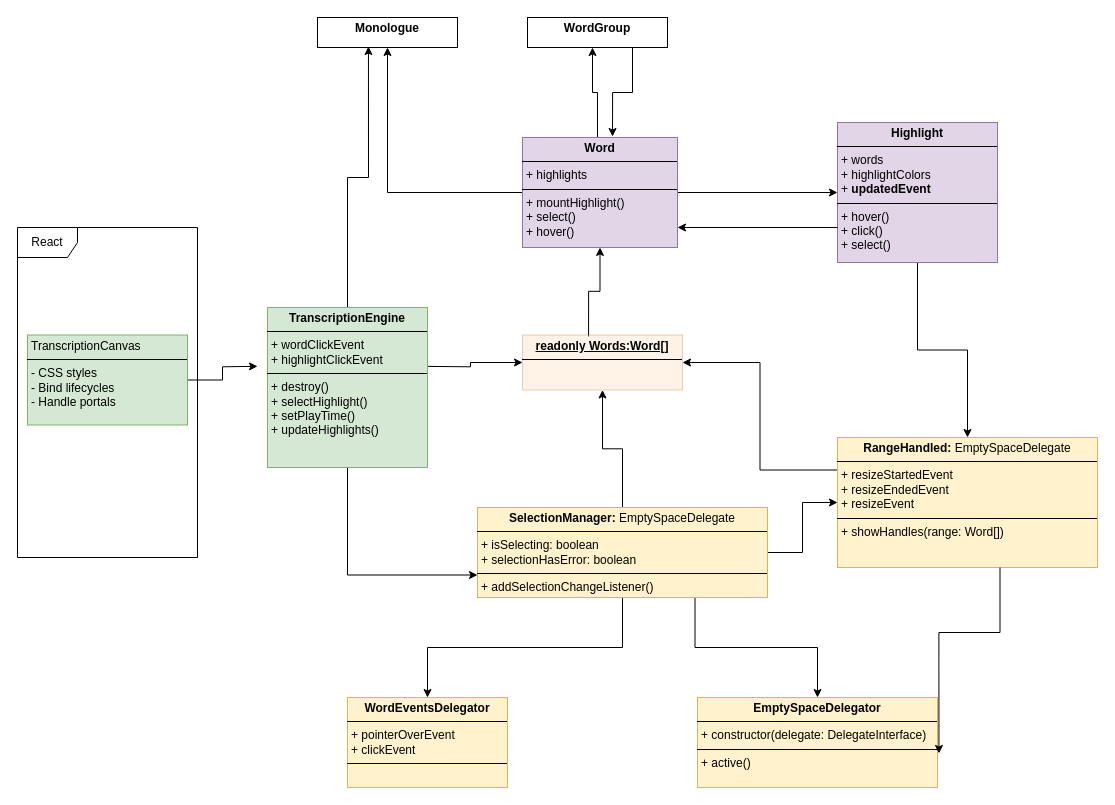
The draw.io diagram Transcription engine.drawio in sugarp/sugarp.github.io, before the edit. Source tidied: cells renumbered, new cells numbered last; positions are measured from the earlier drawing's top-left corner, leaving out a move shared by most shapes. Both pictures are drawn from the tidied source at 100%, with x=0, y=0 at pixel (17, 17).
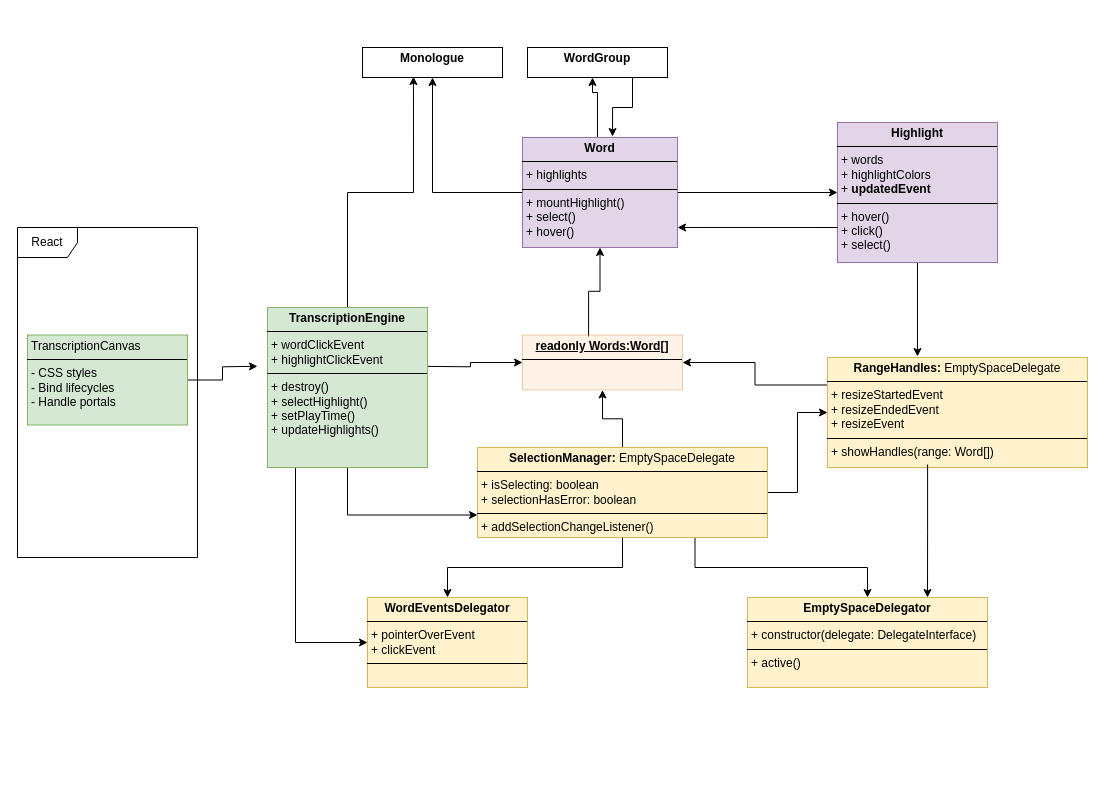
The same diagram, later.

Unchanged cells that the change refers to:
```xml
<mxCell id="20" value="&lt;p style=&quot;margin:0px;margin-top:4px;text-align:center;&quot;&gt;&lt;b&gt;Highlight&lt;/b&gt;&lt;/p&gt;&lt;hr size=&quot;1&quot; style=&quot;border-style:solid;&quot;&gt;&lt;p style=&quot;margin:0px;margin-left:4px;&quot;&gt;+ words&lt;/p&gt;&lt;p style=&quot;margin:0px;margin-left:4px;&quot;&gt;+ highlightColors&lt;/p&gt;&lt;p style=&quot;margin:0px;margin-left:4px;&quot;&gt;+ &lt;b&gt;updatedEvent&lt;/b&gt;&lt;/p&gt;&lt;hr size=&quot;1&quot; style=&quot;border-style:solid;&quot;&gt;&lt;p style=&quot;margin:0px;margin-left:4px;&quot;&gt;+ hover()&lt;br&gt;+ click()&lt;br&gt;+ select()&lt;/p&gt;" style="verticalAlign=top;align=left;overflow=fill;html=1;whiteSpace=wrap;fillColor=#e1d5e7;strokeColor=#9673a6;" parent="1" vertex="1">
  <mxGeometry x="820" y="105" width="160" height="140" as="geometry" />
</mxCell>
<mxCell id="30" value="&lt;p style=&quot;margin:0px;margin-top:4px;text-align:center;&quot;&gt;&lt;b&gt;TranscriptionEngine&lt;/b&gt;&lt;/p&gt;&lt;hr size=&quot;1&quot; style=&quot;border-style:solid;&quot;&gt;&lt;p style=&quot;margin:0px;margin-left:4px;&quot;&gt;+ wordClickEvent&lt;/p&gt;&lt;p style=&quot;margin:0px;margin-left:4px;&quot;&gt;+ highlightClickEvent&lt;/p&gt;&lt;hr size=&quot;1&quot; style=&quot;border-style:solid;&quot;&gt;&lt;p style=&quot;margin:0px;margin-left:4px;&quot;&gt;+ destroy()&lt;/p&gt;&lt;p style=&quot;margin:0px;margin-left:4px;&quot;&gt;+ selectHighlight()&lt;/p&gt;&lt;p style=&quot;margin:0px;margin-left:4px;&quot;&gt;+ setPlayTime()&lt;/p&gt;&lt;p style=&quot;margin:0px;margin-left:4px;&quot;&gt;+ updateHighlights()&lt;/p&gt;" style="verticalAlign=top;align=left;overflow=fill;html=1;whiteSpace=wrap;fillColor=#d5e8d4;strokeColor=#82b366;" parent="1" vertex="1">
  <mxGeometry x="250" y="290" width="160" height="160" as="geometry" />
</mxCell>
```

Change to the diagram source:
```diff
@@
     <mxCell id="7" value="&lt;p style=&quot;margin:0px;margin-top:4px;text-align:center;&quot;&gt;&lt;b&gt;Monologue&lt;/b&gt;&lt;/p&gt;" style="verticalAlign=top;align=left;overflow=fill;html=1;whiteSpace=wrap;" parent="1" vertex="1">
-      <mxGeometry x="300" width="140" height="30" as="geometry" />
+      <mxGeometry x="345" y="30" width="140" height="30" as="geometry" />
     </mxCell>
     <mxCell id="8" value="&lt;p style=&quot;margin:0px;margin-top:4px;text-align:center;&quot;&gt;&lt;b&gt;WordGroup&lt;/b&gt;&lt;/p&gt;" style="verticalAlign=top;align=left;overflow=fill;html=1;whiteSpace=wrap;" parent="1" vertex="1">
-      <mxGeometry x="510" width="140" height="30" as="geometry" />
+      <mxGeometry x="510" y="30" width="140" height="30" as="geometry" />
     </mxCell>
@@
     <mxCell id="14" value="&lt;p style=&quot;margin:0px;margin-top:4px;text-align:center;&quot;&gt;&lt;b&gt;SelectionManager:&amp;nbsp;&lt;/b&gt;&lt;span style=&quot;background-color: transparent; color: light-dark(rgb(0, 0, 0), rgb(255, 255, 255)); text-align: left;&quot;&gt;EmptySpaceDelegate&lt;/span&gt;&lt;/p&gt;&lt;hr size=&quot;1&quot; style=&quot;border-style:solid;&quot;&gt;&lt;p style=&quot;margin:0px;margin-left:4px;&quot;&gt;+ isSelecting: boolean&lt;/p&gt;&lt;p style=&quot;margin:0px;margin-left:4px;&quot;&gt;+ selectionHasError: boolean&lt;/p&gt;&lt;hr size=&quot;1&quot; style=&quot;border-style:solid;&quot;&gt;&lt;p style=&quot;margin:0px;margin-left:4px;&quot;&gt;+ addSelectionChangeListener()&lt;/p&gt;" style="verticalAlign=top;align=left;overflow=fill;html=1;whiteSpace=wrap;fillColor=#fff2cc;strokeColor=#d6b656;" parent="1" vertex="1">
-      <mxGeometry x="460" y="490" width="290" height="90" as="geometry" />
+      <mxGeometry x="460" y="430" width="290" height="90" as="geometry" />
     </mxCell>
@@
     <mxCell id="17" value="&lt;p style=&quot;margin:0px;margin-top:4px;text-align:center;&quot;&gt;&lt;b&gt;WordEventsDelegator&lt;/b&gt;&lt;/p&gt;&lt;hr size=&quot;1&quot; style=&quot;border-style:solid;&quot;&gt;&lt;p style=&quot;margin:0px;margin-left:4px;&quot;&gt;+ pointerOverEvent&lt;/p&gt;&lt;p style=&quot;margin:0px;margin-left:4px;&quot;&gt;+ clickEvent&lt;/p&gt;&lt;hr size=&quot;1&quot; style=&quot;border-style:solid;&quot;&gt;&lt;p style=&quot;margin:0px;margin-left:4px;&quot;&gt;&lt;br&gt;&lt;/p&gt;" style="verticalAlign=top;align=left;overflow=fill;html=1;whiteSpace=wrap;fillColor=#fff2cc;strokeColor=#d6b656;" parent="1" vertex="1">
-      <mxGeometry x="330" y="680" width="160" height="90" as="geometry" />
+      <mxGeometry x="350" y="580" width="160" height="90" as="geometry" />
     </mxCell>
     <mxCell id="18" value="&lt;p style=&quot;margin:0px;margin-top:4px;text-align:center;&quot;&gt;&lt;b&gt;EmptySpaceDelegator&lt;/b&gt;&lt;/p&gt;&lt;hr size=&quot;1&quot; style=&quot;border-style:solid;&quot;&gt;&lt;p style=&quot;margin:0px;margin-left:4px;&quot;&gt;+ constructor(delegate: DelegateInterface)&lt;/p&gt;&lt;hr size=&quot;1&quot; style=&quot;border-style:solid;&quot;&gt;&lt;p style=&quot;margin:0px;margin-left:4px;&quot;&gt;&lt;span style=&quot;background-color: transparent; color: light-dark(rgb(0, 0, 0), rgb(255, 255, 255));&quot;&gt;+ active()&lt;/span&gt;&lt;/p&gt;&lt;div&gt;&lt;br&gt;&lt;/div&gt;" style="verticalAlign=top;align=left;overflow=fill;html=1;whiteSpace=wrap;fillColor=#fff2cc;strokeColor=#d6b656;" parent="1" vertex="1">
-      <mxGeometry x="680" y="680" width="240" height="90" as="geometry" />
+      <mxGeometry x="730" y="580" width="240" height="90" as="geometry" />
     </mxCell>
-    <mxCell id="19" style="edgeStyle=orthogonalEdgeStyle;rounded=0;jettySize=auto;html=1;" parent="1" edge="1" source="20" target="22">
+    <mxCell id="19" style="edgeStyle=orthogonalEdgeStyle;rounded=0;jettySize=auto;html=1;entryX=0.346;entryY=-0.009;entryDx=0;entryDy=0;entryPerimeter=0;" parent="1" edge="1" source="20" target="22">
       <mxGeometry relative="1" as="geometry" />
     </mxCell>
@@
-    <mxCell id="22" value="&lt;p style=&quot;margin:0px;margin-top:4px;text-align:center;&quot;&gt;&lt;b&gt;RangeHandled&lt;/b&gt;&lt;b style=&quot;background-color: transparent; color: light-dark(rgb(0, 0, 0), rgb(255, 255, 255));&quot;&gt;:&amp;nbsp;&lt;/b&gt;&lt;span style=&quot;background-color: transparent; color: light-dark(rgb(0, 0, 0), rgb(255, 255, 255)); text-align: left;&quot;&gt;EmptySpaceDelegate&lt;/span&gt;&lt;/p&gt;&lt;hr size=&quot;1&quot; style=&quot;border-style:solid;&quot;&gt;&lt;p style=&quot;margin:0px;margin-left:4px;&quot;&gt;+ resizeStartedEvent&lt;/p&gt;&lt;p style=&quot;margin:0px;margin-left:4px;&quot;&gt;+ resizeEndedEvent&lt;/p&gt;&lt;p style=&quot;margin:0px;margin-left:4px;&quot;&gt;+ resizeEvent&lt;/p&gt;&lt;hr size=&quot;1&quot; style=&quot;border-style:solid;&quot;&gt;&lt;p style=&quot;margin:0px;margin-left:4px;&quot;&gt;+ showHandles(range: Word[])&lt;/p&gt;" style="verticalAlign=top;align=left;overflow=fill;html=1;whiteSpace=wrap;fillColor=#fff2cc;strokeColor=#d6b656;" parent="1" vertex="1">
-      <mxGeometry x="820" y="420" width="260" height="130" as="geometry" />
+    <mxCell id="22" value="&lt;p style=&quot;margin:0px;margin-top:4px;text-align:center;&quot;&gt;&lt;b&gt;RangeHandles&lt;/b&gt;&lt;b style=&quot;background-color: transparent; color: light-dark(rgb(0, 0, 0), rgb(255, 255, 255));&quot;&gt;:&amp;nbsp;&lt;/b&gt;&lt;span style=&quot;background-color: transparent; color: light-dark(rgb(0, 0, 0), rgb(255, 255, 255)); text-align: left;&quot;&gt;EmptySpaceDelegate&lt;/span&gt;&lt;/p&gt;&lt;hr size=&quot;1&quot; style=&quot;border-style:solid;&quot;&gt;&lt;p style=&quot;margin:0px;margin-left:4px;&quot;&gt;+ resizeStartedEvent&lt;/p&gt;&lt;p style=&quot;margin:0px;margin-left:4px;&quot;&gt;+ resizeEndedEvent&lt;/p&gt;&lt;p style=&quot;margin:0px;margin-left:4px;&quot;&gt;+ resizeEvent&lt;/p&gt;&lt;hr size=&quot;1&quot; style=&quot;border-style:solid;&quot;&gt;&lt;p style=&quot;margin:0px;margin-left:4px;&quot;&gt;+ showHandles(range: Word[])&lt;/p&gt;" style="verticalAlign=top;align=left;overflow=fill;html=1;whiteSpace=wrap;fillColor=#fff2cc;strokeColor=#d6b656;" parent="1" vertex="1">
+      <mxGeometry x="810" y="340" width="260" height="110" as="geometry" />
     </mxCell>
-    <mxCell id="23" style="edgeStyle=orthogonalEdgeStyle;rounded=0;jettySize=auto;html=1;entryX=1.006;entryY=0.622;entryDx=0;entryDy=0;entryPerimeter=0;exitX=0.625;exitY=1;exitDx=0;exitDy=0;exitPerimeter=0;" parent="1" edge="1" source="22" target="18">
+    <mxCell id="23" style="edgeStyle=orthogonalEdgeStyle;rounded=0;jettySize=auto;html=1;entryX=0.75;entryY=0;entryDx=0;entryDy=0;exitX=0.385;exitY=0.973;exitDx=0;exitDy=0;exitPerimeter=0;" parent="1" edge="1" source="22" target="18">
       <mxGeometry relative="1" as="geometry" />
     </mxCell>
@@
+    <mxCell id="31" style="edgeStyle=orthogonalEdgeStyle;rounded=0;jettySize=auto;html=1;exitX=0.175;exitY=0.981;exitDx=0;exitDy=0;entryX=0;entryY=0.5;entryDx=0;entryDy=0;exitPerimeter=0;" parent="1" edge="1" source="30" target="17">
+      <mxGeometry relative="1" as="geometry" />
+    </mxCell>
```
